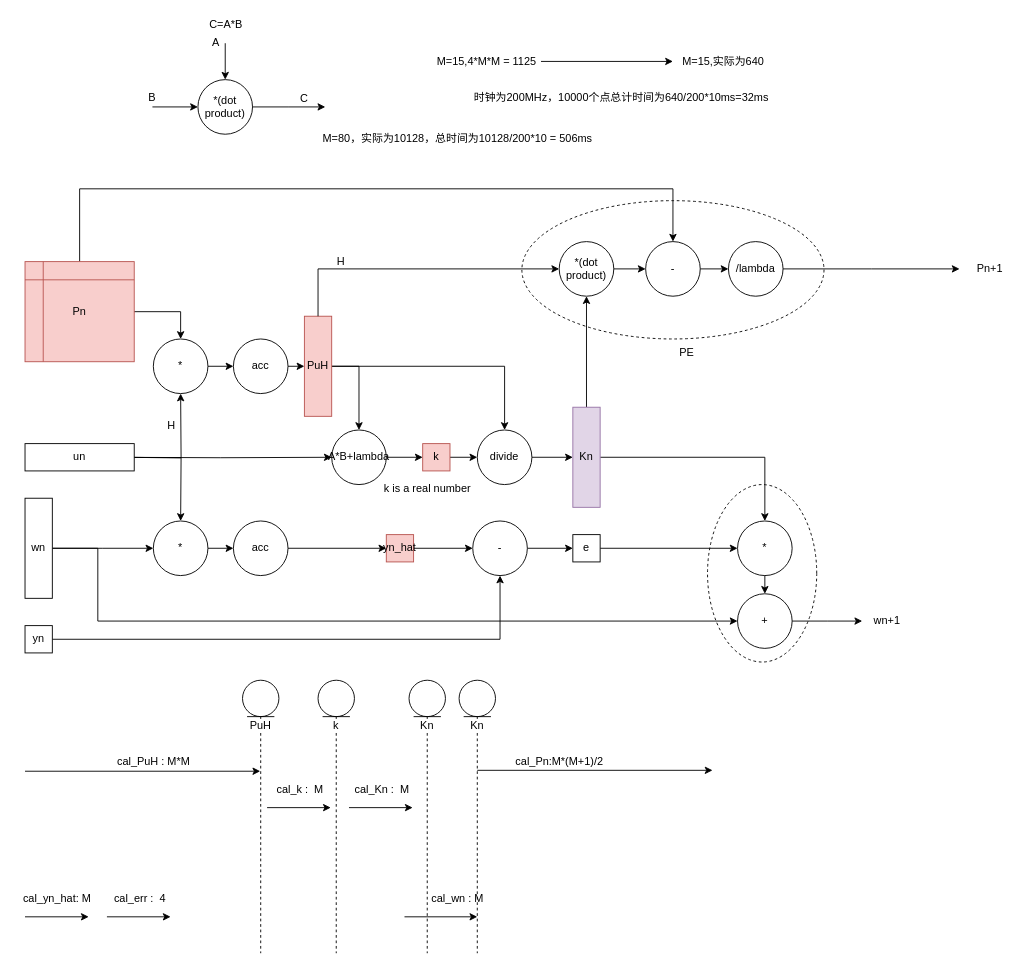
Earlier version of the draw.io diagram rls_fpga.drawio (Momenttt/hellogithub). Source tidied: cells renumbered, new cells numbered last; positions are measured from the earlier drawing's top-left corner, leaving out a move shared by most shapes. Both pictures are drawn from the tidied source at 91%, with x=0, y=0 at pixel (15, 15).
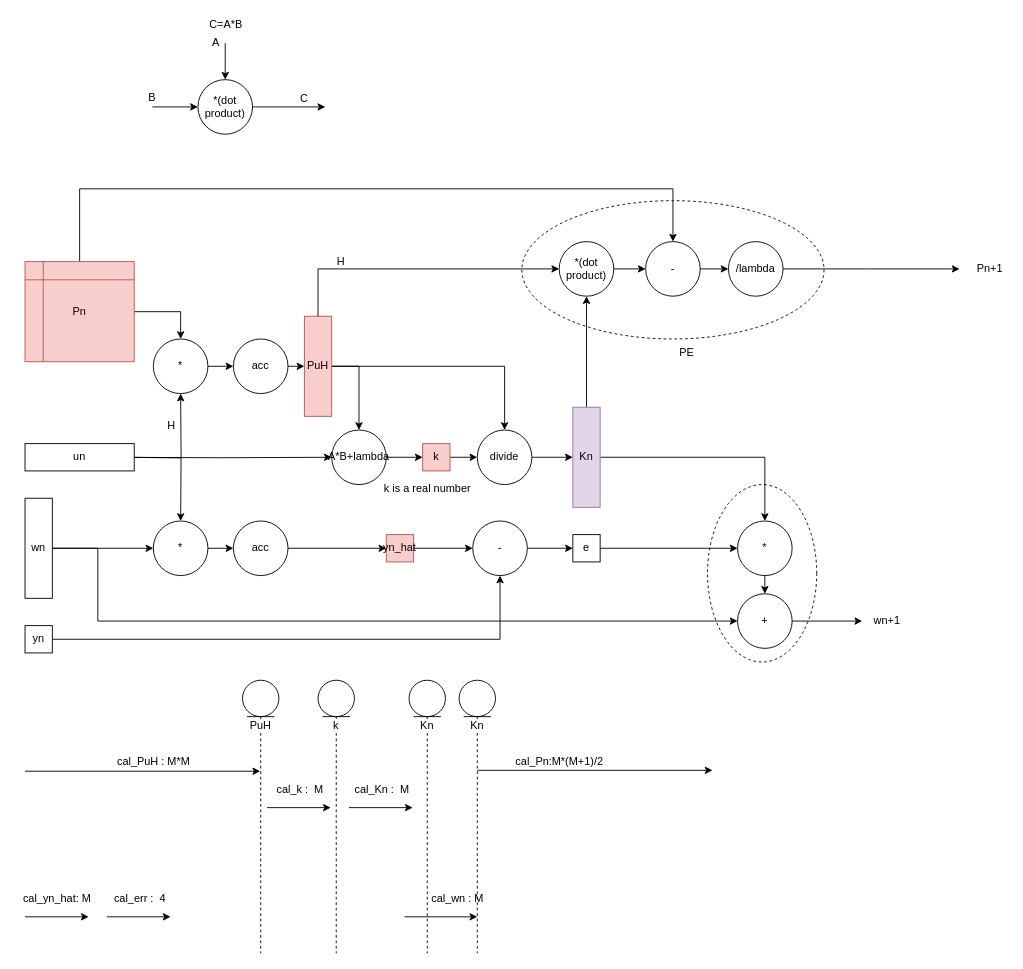
Above is the later version.

Diff of the diagram source:
```diff
@@
-    <mxCell id="55" value="时钟为200MHz，10000个点总计时间为640/200*10ms=32ms" style="text;html=1;align=center;verticalAlign=middle;" parent="1" vertex="1">
-      <mxGeometry x="495" y="80" width="340" height="20" as="geometry" />
-    </mxCell>
-    <mxCell id="56" style="edgeStyle=orthogonalEdgeStyle;rounded=0;jettySize=auto;html=1;" parent="1" edge="1" source="57" target="58">
-      <mxGeometry relative="1" as="geometry" />
-    </mxCell>
-    <mxCell id="57" value="M=15,4*M*M = 1125" style="text;html=1;align=center;verticalAlign=middle;points=[];" parent="1" vertex="1">
-      <mxGeometry x="457" y="40" width="120" height="20" as="geometry" />
-    </mxCell>
-    <mxCell id="58" value="M=15,实际为640" style="text;html=1;align=center;verticalAlign=middle;points=[];" parent="1" vertex="1">
-      <mxGeometry x="722" y="40" width="110" height="20" as="geometry" />
-    </mxCell>
@@
-    <mxCell id="89" value="M=80，实际为10128，总时间为10128/200*10 = 506ms" style="text;html=1;align=center;verticalAlign=middle;" parent="1" vertex="1">
-      <mxGeometry x="330" y="125" width="310" height="20" as="geometry" />
-    </mxCell>
```
